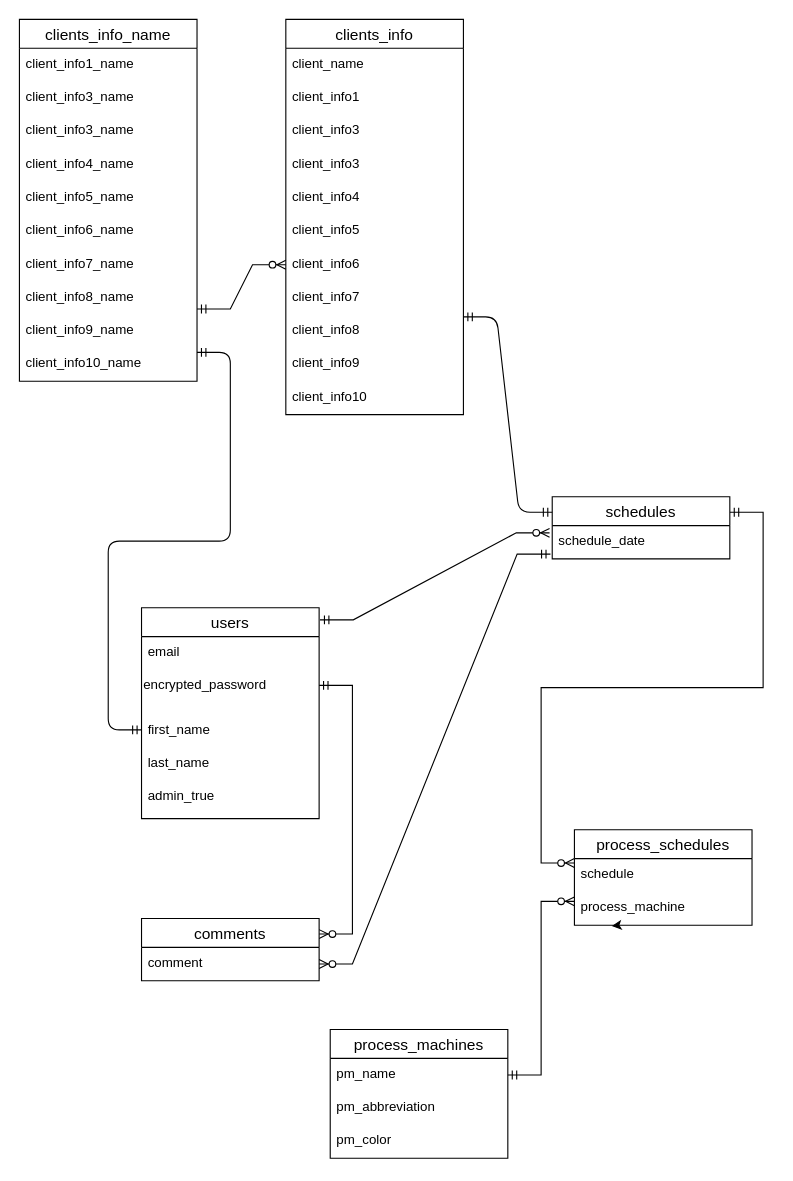
hanyuta/procon keeps this draw.io diagram as ER.dio. Above is the earlier version. Source tidied: cells renumbered, new cells numbered last; positions are measured from the earlier drawing's top-left corner, leaving out a move shared by most shapes. Both pictures are drawn from the tidied source at 111%, with x=0, y=0 at pixel (19, 19).
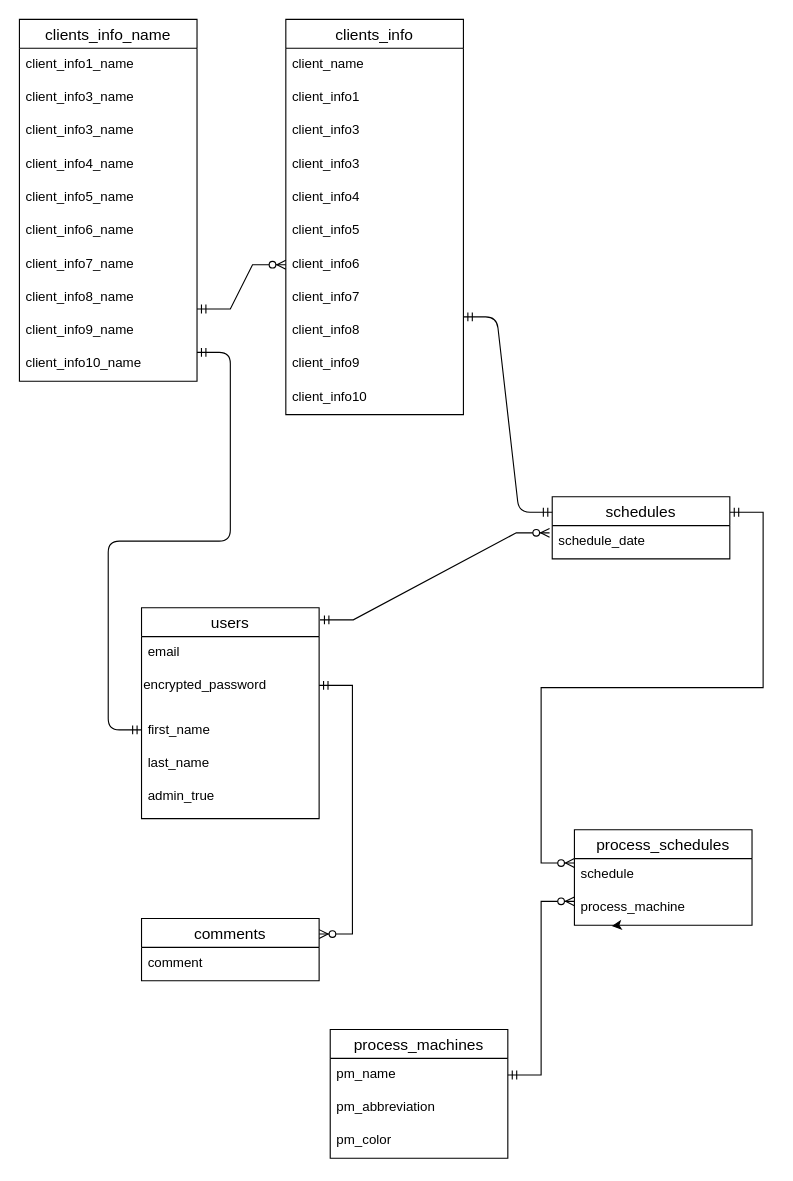
The same page after the edit.

Commit message:
ER.dio を更新します

The change refers to these unchanged cells:
```xml
<mxCell id="18" value="schedule_date" style="text;strokeColor=none;fillColor=none;spacingLeft=4;spacingRight=4;overflow=hidden;points=[[0,0.5],[1,0.5]];portConstraint=eastwest;fontSize=12;" parent="17" vertex="1">
  <mxGeometry y="26" width="160" height="30" as="geometry" />
</mxCell>
<mxCell id="50" value="comment" style="text;strokeColor=none;fillColor=none;spacingLeft=4;spacingRight=4;overflow=hidden;points=[[0,0.5],[1,0.5]];portConstraint=eastwest;fontSize=12;" parent="49" vertex="1">
  <mxGeometry y="26" width="160" height="30" as="geometry" />
</mxCell>
```

The edit, as a diff of the source:
```diff
@@
-    <mxCell id="4" style="edgeStyle=entityRelationEdgeStyle;fontSize=12;html=1;endArrow=ERzeroToMany;startArrow=ERmandOne;rounded=0;exitX=-0.01;exitY=0.858;exitDx=0;exitDy=0;exitPerimeter=0;entryX=1;entryY=0.5;entryDx=0;entryDy=0;" parent="1" edge="1" source="18" target="50">
-      <mxGeometry relative="1" as="geometry">
-        <Array as="points">
-          <mxPoint x="470" y="820" />
-          <mxPoint x="290" y="810" />
-          <mxPoint x="370" y="820" />
-        </Array>
-      </mxGeometry>
-    </mxCell>
```
